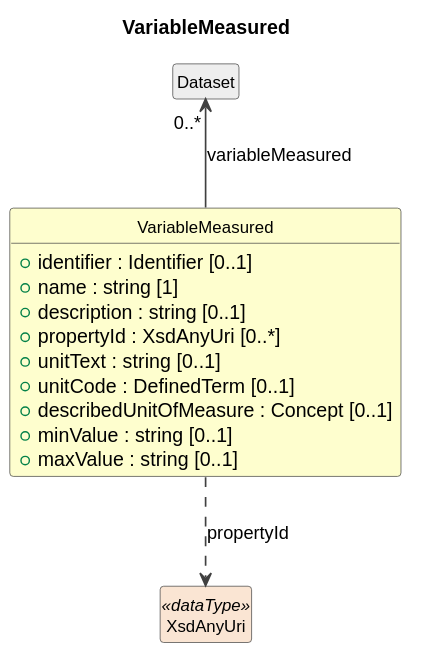
Earlier version of the PlantUML export cdif-uml-model/CDIFDiscovery/Classes/VariableMeasured.svg (Cross-Domain-Interoperability-Framework/metadataBuildingBlocks). The source it was exported from:
```plantuml
@startuml
title VariableMeasured
hide circle
hide empty members
skinparam shadowing false
skinparam ArrowThickness 1.2
skinparam class {
  ArrowColor #404040
  BorderColor #404040
  FontSize 12
}

class "VariableMeasured" as VariableMeasured #FEFECE {
  +identifier : Identifier [0..1]
  +name : string [1]
  +description : string [0..1]
  +propertyId : XsdAnyUri [0..*]
  +unitText : string [0..1]
  +unitCode : DefinedTerm [0..1]
  +describedUnitOfMeasure : Concept [0..1]
  +minValue : string [0..1]
  +maxValue : string [0..1]
}
class "Dataset" as Dataset #EEEEEE
Dataset "0..*" <-- VariableMeasured : variableMeasured
class "XsdAnyUri" as XsdAnyUri <<dataType>> #FAE5D3
VariableMeasured ..> XsdAnyUri : propertyId
@enduml
```
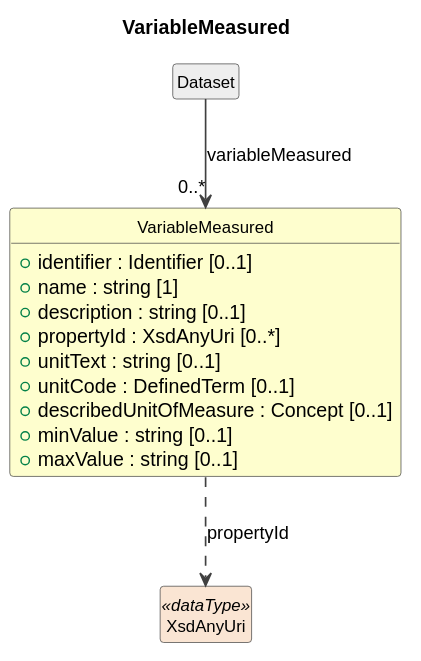
After the commit.

Diff of the diagram source:
```diff
@@ -22,7 +22,7 @@
   +maxValue : string [0..1]
 }
 class "Dataset" as Dataset #EEEEEE
-Dataset "0..*" <-- VariableMeasured : variableMeasured
+Dataset --> "0..*" VariableMeasured : variableMeasured
 class "XsdAnyUri" as XsdAnyUri <<dataType>> #FAE5D3
 VariableMeasured ..> XsdAnyUri : propertyId
 @enduml
```
